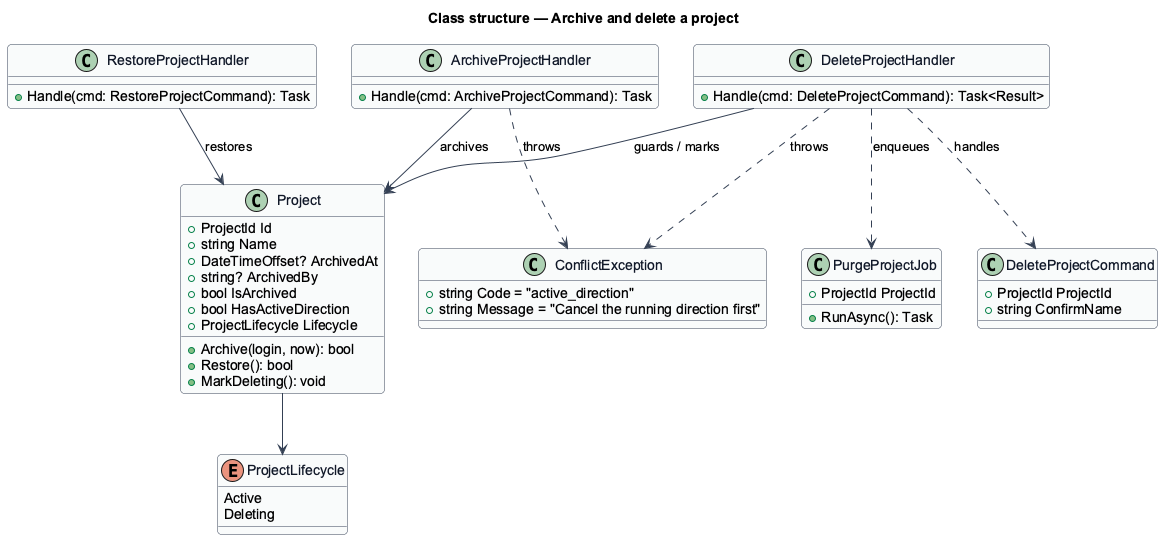
This is docs/detailed-designs/projects/archive-and-delete-project/diagrams/class-structure.png from QuinntyneBrown/hewn, a PlantUML export, as it was before one commit.
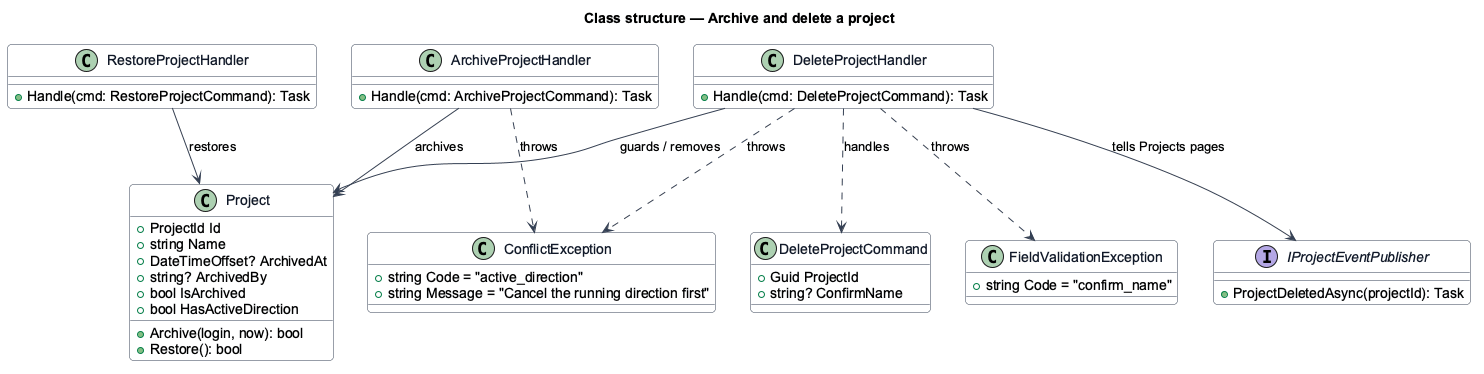
After the commit.

What changed in the source:
```diff
@@ -18,25 +18,25 @@
   +string? ArchivedBy
   +bool IsArchived
   +bool HasActiveDirection
-  +ProjectLifecycle Lifecycle
   +Archive(login, now): bool
   +Restore(): bool
-  +MarkDeleting(): void
-}
-enum ProjectLifecycle {
-  Active
-  Deleting
 }
 class ConflictException {
   +string Code = "active_direction"
   +string Message = "Cancel the running direction first"
 }
 class DeleteProjectCommand {
-  +ProjectId ProjectId
-  +string ConfirmName
+  +Guid ProjectId
+  +string? ConfirmName
 }
 class DeleteProjectHandler {
-  +Handle(cmd: DeleteProjectCommand): Task<Result>
+  +Handle(cmd: DeleteProjectCommand): Task
+}
+class FieldValidationException {
+  +string Code = "confirm_name"
+}
+interface IProjectEventPublisher {
+  +ProjectDeletedAsync(projectId): Task
 }
 class ArchiveProjectHandler {
   +Handle(cmd: ArchiveProjectCommand): Task
@@ -44,16 +44,12 @@
 class RestoreProjectHandler {
   +Handle(cmd: RestoreProjectCommand): Task
 }
-class PurgeProjectJob {
-  +ProjectId ProjectId
-  +RunAsync(): Task
-}
 DeleteProjectHandler ..> DeleteProjectCommand : handles
-DeleteProjectHandler --> Project : guards / marks
-DeleteProjectHandler ..> PurgeProjectJob : enqueues
+DeleteProjectHandler --> Project : guards / removes
+DeleteProjectHandler ..> FieldValidationException : throws
+DeleteProjectHandler --> IProjectEventPublisher : tells Projects pages
 ArchiveProjectHandler --> Project : archives
 RestoreProjectHandler --> Project : restores
 ArchiveProjectHandler ..> ConflictException : throws
 DeleteProjectHandler ..> ConflictException : throws
-Project --> ProjectLifecycle
 @enduml
```
